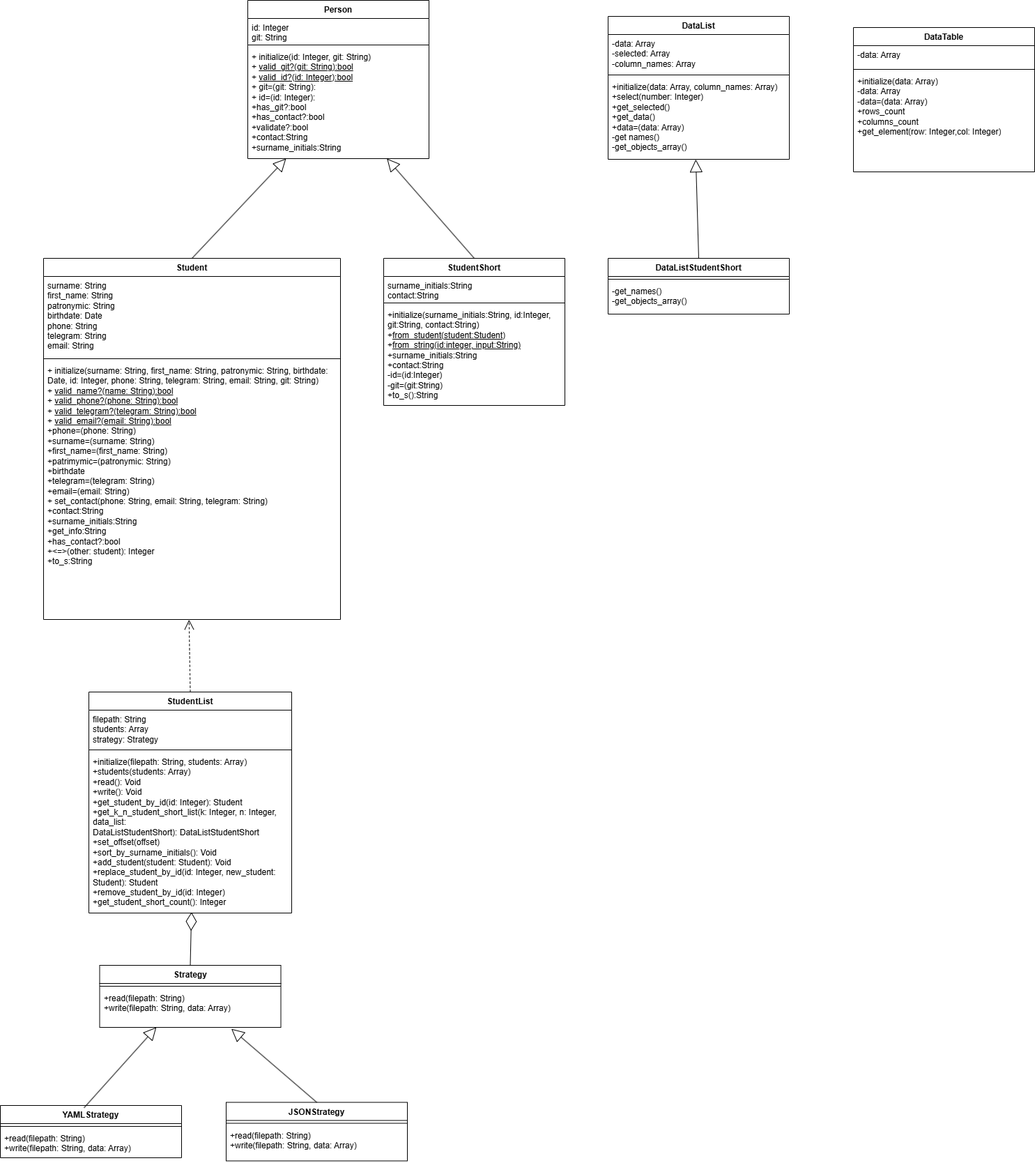
The draw.io diagram student/class_diagram.drawio.png in emefutty/patterns, before a commit. Source tidied: cells renumbered, new cells last; positions are measured from the earlier drawing's top-left corner, leaving out a move shared by most shapes.
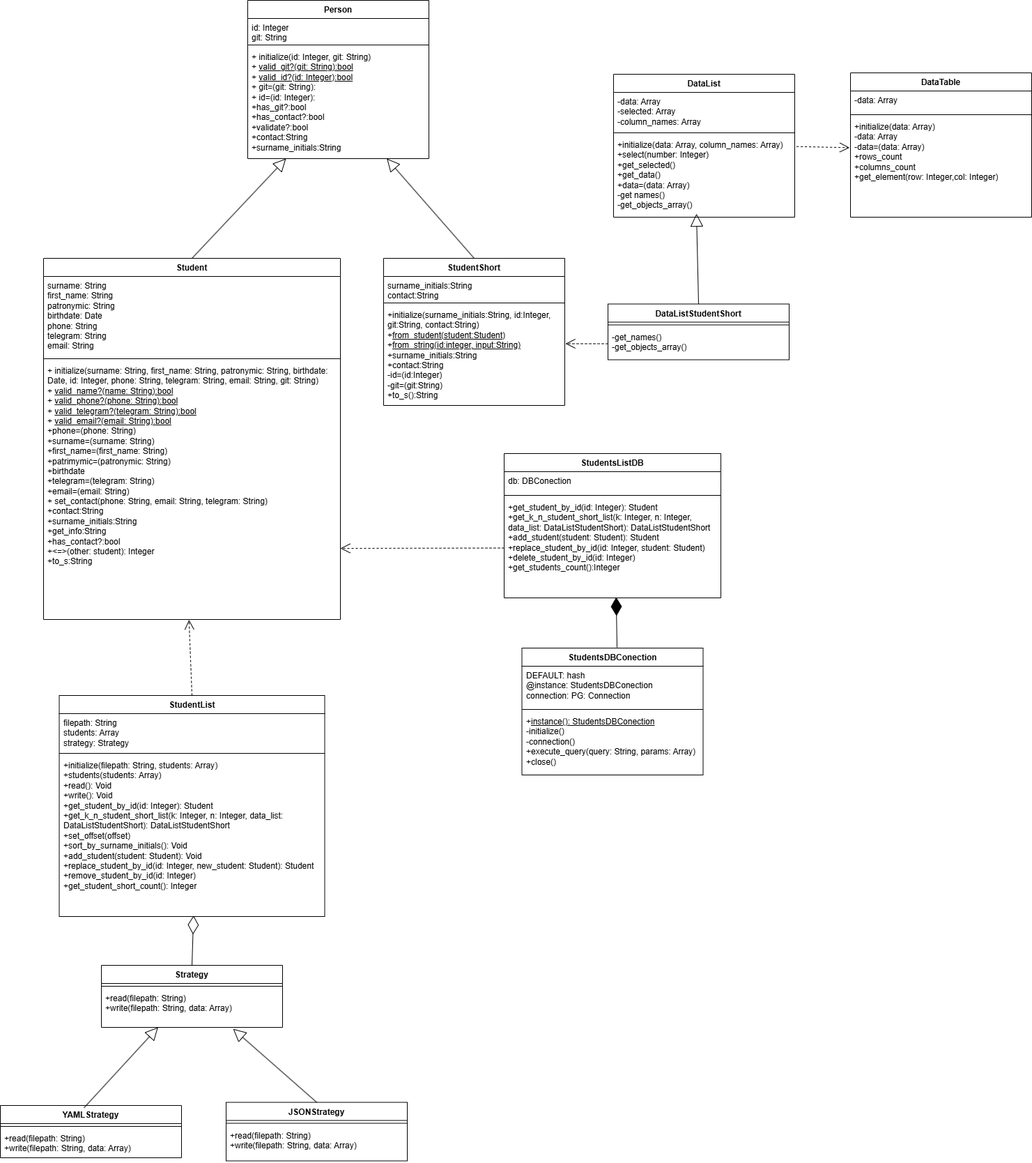
The same file after the commit.

Commit message:
Lab 4 task 3 class diagram

The edit, as a diff of the source:
```diff
@@ -45,7 +45,7 @@
       <mxGeometry y="148" width="426" height="370" as="geometry" />
     </mxCell>
     <mxCell id="16" value="DataList" style="swimlane;fontStyle=1;align=center;verticalAlign=top;horizontal=1;startSize=26;whiteSpace=wrap;html=1;" parent="1" vertex="1">
-      <mxGeometry x="872" y="23" width="260" height="205" as="geometry" />
+      <mxGeometry x="880" y="106" width="260" height="205" as="geometry" />
     </mxCell>
     <mxCell id="17" value="-data: Array&lt;div&gt;-selected: Array&lt;/div&gt;&lt;div&gt;-column_names: Array&lt;/div&gt;" style="text;strokeColor=none;fillColor=none;align=left;verticalAlign=top;spacingLeft=4;spacingRight=4;overflow=hidden;whiteSpace=wrap;html=1;" parent="16" vertex="1">
       <mxGeometry y="26" width="260" height="54" as="geometry" />
@@ -57,7 +57,7 @@
       <mxGeometry y="88" width="260" height="117" as="geometry" />
     </mxCell>
     <mxCell id="20" value="DataListStudentShort" style="swimlane;fontStyle=1;align=center;verticalAlign=top;horizontal=1;startSize=26;whiteSpace=wrap;html=1;" parent="1" vertex="1">
-      <mxGeometry x="872" y="370" width="260" height="80" as="geometry" />
+      <mxGeometry x="872" y="435.5" width="260" height="80" as="geometry" />
     </mxCell>
     <mxCell id="21" style="line;strokeWidth=1;fillColor=none;align=left;verticalAlign=middle;spacingTop=-1;spacingLeft=3;spacingRight=3;labelPosition=right;strokeColor=inherit;" parent="20" vertex="1">
       <mxGeometry y="26" width="260" height="8" as="geometry" />
@@ -66,7 +66,7 @@
       <mxGeometry y="34" width="260" height="46" as="geometry" />
     </mxCell>
     <mxCell id="23" value="DataTable" style="swimlane;fontStyle=1;align=center;verticalAlign=top;horizontal=1;startSize=26;whiteSpace=wrap;html=1;" parent="1" vertex="1">
-      <mxGeometry x="1224" y="39" width="260" height="207" as="geometry" />
+      <mxGeometry x="1220" y="104" width="260" height="207" as="geometry" />
     </mxCell>
     <mxCell id="24" value="-data: Array" style="text;strokeColor=none;fillColor=none;align=left;verticalAlign=top;spacingLeft=4;spacingRight=4;overflow=hidden;whiteSpace=wrap;html=1;" parent="23" vertex="1">
       <mxGeometry y="26" width="260" height="30" as="geometry" />
@@ -77,23 +77,25 @@
     <mxCell id="26" value="+initialize(data: Array)&lt;div&gt;-data: Array&lt;/div&gt;&lt;div&gt;-data=(data: Array)&lt;/div&gt;&lt;div&gt;+rows_count&lt;/div&gt;&lt;div&gt;+columns_count&lt;/div&gt;&lt;div&gt;+get_element(row: Integer,col: Integer)&lt;/div&gt;" style="text;strokeColor=none;fillColor=none;align=left;verticalAlign=top;spacingLeft=4;spacingRight=4;overflow=hidden;points=[[0,0.5],[1,0.5]];portConstraint=eastwest;whiteSpace=wrap;html=1;" parent="23" vertex="1">
       <mxGeometry y="64" width="260" height="143" as="geometry" />
     </mxCell>
-    <mxCell id="27" style="endArrow=block;endSize=16;endFill=0;html=1;rounded=0;exitX=0.5;exitY=0;exitDx=0;exitDy=0;entryX=0.484;entryY=1.001;entryDx=0;entryDy=0;entryPerimeter=0;" parent="1" edge="1" source="20" target="19">
-      <mxGeometry x="-0.5" y="60" relative="1" as="geometry" />
+    <mxCell id="27" style="endArrow=block;endSize=16;endFill=0;html=1;rounded=0;exitX=0.5;exitY=0;exitDx=0;exitDy=0;" parent="1" edge="1" source="20">
+      <mxGeometry x="-0.5" y="60" relative="1" as="geometry">
+        <mxPoint x="999" y="306" as="targetPoint" />
+      </mxGeometry>
     </mxCell>
     <mxCell id="28" value="StudentList" style="swimlane;fontStyle=1;align=center;verticalAlign=top;horizontal=1;startSize=26;whiteSpace=wrap;html=1;" parent="1" vertex="1">
-      <mxGeometry x="127" y="992" width="291" height="317" as="geometry" />
+      <mxGeometry x="84.5" y="997" width="381" height="317" as="geometry" />
     </mxCell>
     <mxCell id="29" value="filepath: String&lt;div&gt;students: Array&lt;/div&gt;&lt;div&gt;strategy: Strategy&lt;/div&gt;" style="text;strokeColor=none;fillColor=none;align=left;verticalAlign=top;spacingLeft=4;spacingRight=4;overflow=hidden;whiteSpace=wrap;html=1;" parent="28" vertex="1">
-      <mxGeometry y="26" width="291" height="53" as="geometry" />
+      <mxGeometry y="26" width="381" height="53" as="geometry" />
     </mxCell>
     <mxCell id="30" style="line;strokeWidth=1;fillColor=none;align=left;verticalAlign=middle;spacingTop=-1;spacingLeft=3;spacingRight=3;labelPosition=right;strokeColor=inherit;" parent="28" vertex="1">
-      <mxGeometry y="79" width="291" height="8" as="geometry" />
+      <mxGeometry y="79" width="381" height="8" as="geometry" />
     </mxCell>
     <mxCell id="31" value="+initialize(filepath: String,&amp;nbsp;&lt;span style=&quot;background-color: transparent; color: light-dark(rgb(0, 0, 0), rgb(255, 255, 255));&quot;&gt;students: Array&lt;/span&gt;)&lt;div&gt;+students(students: Array)&lt;/div&gt;&lt;div&gt;+read(): Void&lt;/div&gt;&lt;div&gt;+write(): Void&lt;/div&gt;&lt;div&gt;+get_student_by_id(id: Integer): Student&lt;/div&gt;&lt;div&gt;+get_k_n_student_short_list(k: Integer, n: Integer, data_list: DataListStudentShort):&amp;nbsp;&lt;span style=&quot;background-color: transparent; color: light-dark(rgb(0, 0, 0), rgb(255, 255, 255));&quot;&gt;DataListStudentShort&lt;/span&gt;&lt;/div&gt;&lt;div&gt;&lt;span style=&quot;background-color: transparent; color: light-dark(rgb(0, 0, 0), rgb(255, 255, 255));&quot;&gt;+&lt;/span&gt;&lt;span style=&quot;background-color: transparent;&quot;&gt;set_offset(offset)&lt;/span&gt;&lt;/div&gt;&lt;div&gt;&lt;span style=&quot;background-color: transparent;&quot;&gt;+&lt;/span&gt;&lt;span style=&quot;background-color: transparent;&quot;&gt;sort_by_surname_initials(): Void&lt;/span&gt;&lt;/div&gt;&lt;div&gt;&lt;span style=&quot;background-color: transparent;&quot;&gt;+&lt;/span&gt;&lt;span style=&quot;background-color: transparent;&quot;&gt;add_student(student: Student): Void&lt;/span&gt;&lt;/div&gt;&lt;div&gt;&lt;span style=&quot;background-color: transparent;&quot;&gt;+&lt;/span&gt;&lt;span style=&quot;background-color: transparent;&quot;&gt;replace_student_by_id(id: Integer, new_student: Student):&amp;nbsp;&lt;/span&gt;&lt;span style=&quot;background-color: transparent; color: light-dark(rgb(0, 0, 0), rgb(255, 255, 255));&quot;&gt;Student&lt;/span&gt;&lt;/div&gt;&lt;div&gt;&lt;span style=&quot;background-color: transparent; color: light-dark(rgb(0, 0, 0), rgb(255, 255, 255));&quot;&gt;+&lt;/span&gt;&lt;span style=&quot;background-color: transparent;&quot;&gt;remove_student_by_id(id: Integer)&lt;/span&gt;&lt;/div&gt;&lt;div&gt;&lt;span style=&quot;background-color: transparent;&quot;&gt;+&lt;/span&gt;&lt;span style=&quot;background-color: transparent;&quot;&gt;get_student_short_count(): Integer&lt;/span&gt;&lt;/div&gt;" style="text;strokeColor=none;fillColor=none;align=left;verticalAlign=top;spacingLeft=4;spacingRight=4;overflow=hidden;points=[[0,0.5],[1,0.5]];portConstraint=eastwest;whiteSpace=wrap;html=1;" parent="28" vertex="1">
-      <mxGeometry y="87" width="291" height="230" as="geometry" />
+      <mxGeometry y="87" width="381" height="230" as="geometry" />
     </mxCell>
     <mxCell id="32" value="Strategy" style="swimlane;fontStyle=1;align=center;verticalAlign=top;horizontal=1;startSize=26;whiteSpace=wrap;html=1;" parent="1" vertex="1">
-      <mxGeometry x="142.5" y="1384" width="260" height="89" as="geometry" />
+      <mxGeometry x="145" y="1384" width="260" height="89" as="geometry" />
     </mxCell>
     <mxCell id="33" style="line;strokeWidth=1;fillColor=none;align=left;verticalAlign=middle;spacingTop=-1;spacingLeft=3;spacingRight=3;labelPosition=right;strokeColor=inherit;" parent="32" vertex="1">
       <mxGeometry y="26" width="260" height="8" as="geometry" />
@@ -131,5 +133,43 @@
     <mxCell id="44" style="endArrow=open;endSize=12;dashed=1;html=1;rounded=0;entryX=0.49;entryY=1.001;entryDx=0;entryDy=0;entryPerimeter=0;exitX=0.5;exitY=0;exitDx=0;exitDy=0;" parent="1" edge="1" source="28" target="15">
       <mxGeometry relative="1" as="geometry" />
     </mxCell>
+    <mxCell id="45" style="endArrow=open;endSize=12;dashed=1;html=1;rounded=0;exitX=0;exitY=0.5;exitDx=0;exitDy=0;entryX=1.004;entryY=0.381;entryDx=0;entryDy=0;entryPerimeter=0;" parent="1" edge="1" source="22" target="9">
+      <mxGeometry relative="1" as="geometry" />
+    </mxCell>
+    <mxCell id="46" value="&lt;div&gt;&lt;br&gt;&lt;/div&gt;&lt;div&gt;&lt;br&gt;&lt;/div&gt;" style="endArrow=open;endSize=12;dashed=1;html=1;rounded=0;entryX=-0.005;entryY=0.303;entryDx=0;entryDy=0;entryPerimeter=0;exitX=1.01;exitY=0.134;exitDx=0;exitDy=0;exitPerimeter=0;" parent="1" edge="1" source="19" target="26">
+      <mxGeometry relative="1" as="geometry" />
+    </mxCell>
+    <mxCell id="47" value="StudentsDBConection" style="swimlane;fontStyle=1;align=center;verticalAlign=top;horizontal=1;startSize=26;whiteSpace=wrap;html=1;" parent="1" vertex="1">
+      <mxGeometry x="748.5" y="929" width="260" height="182" as="geometry" />
+    </mxCell>
+    <mxCell id="48" value="DEFAULT: hash&lt;div&gt;@instance:&amp;nbsp;StudentsDBConection&lt;/div&gt;&lt;div&gt;connection: PG: Connection&lt;/div&gt;" style="text;strokeColor=none;fillColor=none;align=left;verticalAlign=top;spacingLeft=4;spacingRight=4;overflow=hidden;whiteSpace=wrap;html=1;" parent="47" vertex="1">
+      <mxGeometry y="26" width="260" height="58" as="geometry" />
+    </mxCell>
+    <mxCell id="49" style="line;strokeWidth=1;fillColor=none;align=left;verticalAlign=middle;spacingTop=-1;spacingLeft=3;spacingRight=3;labelPosition=right;strokeColor=inherit;" parent="47" vertex="1">
+      <mxGeometry y="84" width="260" height="8" as="geometry" />
+    </mxCell>
+    <mxCell id="50" value="+&lt;u&gt;instance():&amp;nbsp;StudentsDBConection&lt;/u&gt;&lt;div&gt;-initialize()&lt;/div&gt;&lt;div&gt;-connection()&lt;/div&gt;&lt;div&gt;+execute_query(query: String, params: Array)&lt;/div&gt;&lt;div&gt;+close()&lt;/div&gt;" style="text;strokeColor=none;fillColor=none;align=left;verticalAlign=top;spacingLeft=4;spacingRight=4;overflow=hidden;whiteSpace=wrap;html=1;" parent="47" vertex="1">
+      <mxGeometry y="92" width="260" height="90" as="geometry" />
+    </mxCell>
+    <mxCell id="51" value="StudentsListDB" style="swimlane;fontStyle=1;align=center;verticalAlign=top;horizontal=1;startSize=26;whiteSpace=wrap;html=1;" parent="1" vertex="1">
+      <mxGeometry x="723" y="650" width="311" height="207" as="geometry" />
+    </mxCell>
+    <mxCell id="52" value="db:&amp;nbsp;DBConection&amp;nbsp;" style="text;strokeColor=none;fillColor=none;align=left;verticalAlign=top;spacingLeft=4;spacingRight=4;overflow=hidden;whiteSpace=wrap;html=1;" parent="51" vertex="1">
+      <mxGeometry y="26" width="311" height="30" as="geometry" />
+    </mxCell>
+    <mxCell id="53" style="line;strokeWidth=1;fillColor=none;align=left;verticalAlign=middle;spacingTop=-1;spacingLeft=3;spacingRight=3;labelPosition=right;strokeColor=inherit;" parent="51" vertex="1">
+      <mxGeometry y="56" width="311" height="8" as="geometry" />
+    </mxCell>
+    <mxCell id="54" value="+get_student_by_id(id: Integer): Student&lt;div&gt;+get_k_n_student_short_list(k: Integer, n: Integer, data_list: DataListStudentShort): DataListStudentShort&lt;/div&gt;&lt;div&gt;+add_student(student: Student): Student&lt;/div&gt;&lt;div&gt;+replace_student_by_id(id: Integer, student: Student)&lt;br&gt;+delete_student_by_id(id: Integer)&lt;/div&gt;&lt;div&gt;+get_students_count():Integer&lt;/div&gt;" style="text;strokeColor=none;fillColor=none;align=left;verticalAlign=top;spacingLeft=4;spacingRight=4;overflow=hidden;points=[[0,0.5],[1,0.5]];portConstraint=eastwest;whiteSpace=wrap;html=1;" parent="51" vertex="1">
+      <mxGeometry y="64" width="311" height="143" as="geometry" />
+    </mxCell>
+    <mxCell id="55" style="endArrow=diamondThin;endFill=1;endSize=24;html=1;rounded=0;entryX=0.517;entryY=0.993;entryDx=0;entryDy=0;entryPerimeter=0;exitX=0.525;exitY=-0.005;exitDx=0;exitDy=0;exitPerimeter=0;" parent="1" edge="1" source="47" target="54">
+      <mxGeometry relative="1" as="geometry" />
+    </mxCell>
+    <mxCell id="56" style="endArrow=open;endSize=12;dashed=1;html=1;rounded=0;exitX=0;exitY=0.5;exitDx=0;exitDy=0;" parent="1" edge="1" source="54">
+      <mxGeometry relative="1" as="geometry">
+        <mxPoint x="488" y="786" as="targetPoint" />
+      </mxGeometry>
+    </mxCell>
   </root>
 </mxGraphModel>
```
